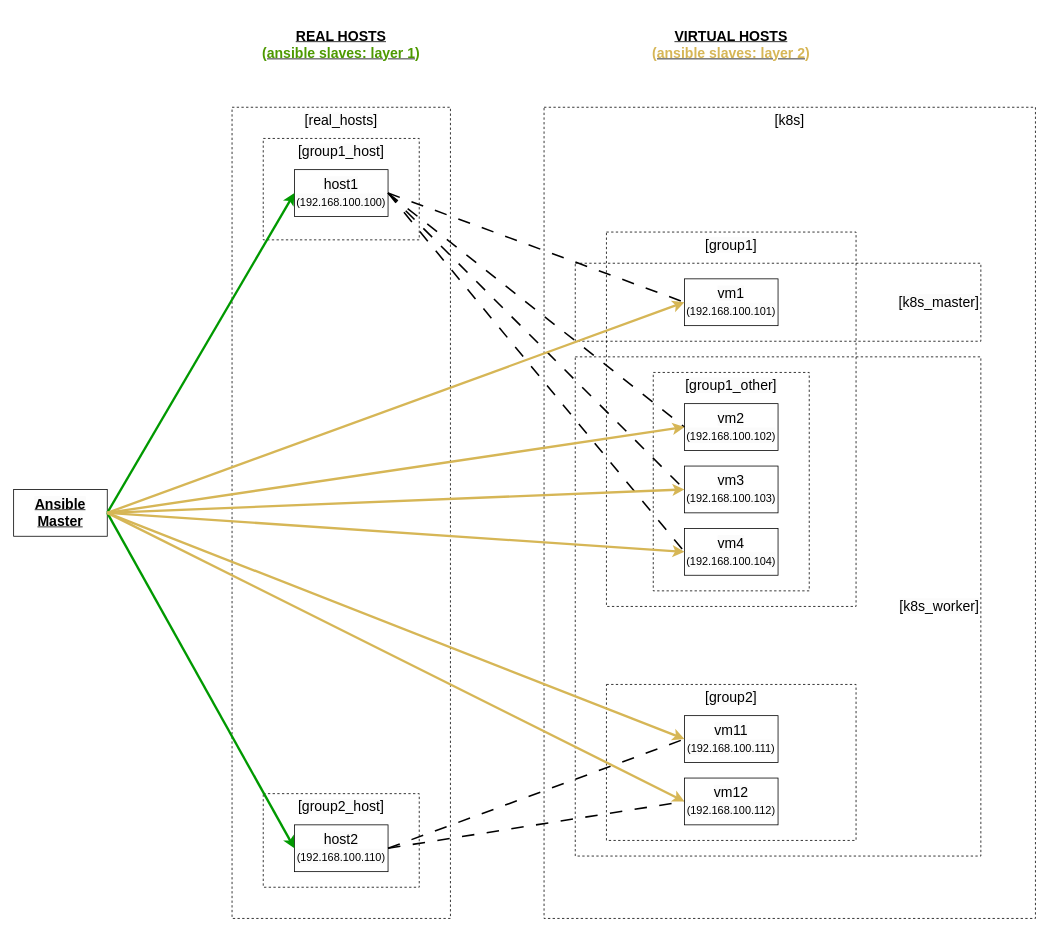
This is one-master-kubeadm/res/k8s_scheme.drawio from ivan-shihantsov/k8sss, a draw.io file, before an edit. Source tidied: cells renumbered, new cells numbered last; positions are measured from the earlier drawing's top-left corner, leaving out a move shared by most shapes. Both pictures are drawn from the tidied source at 78%, with x=0, y=0 at pixel (13, 13).
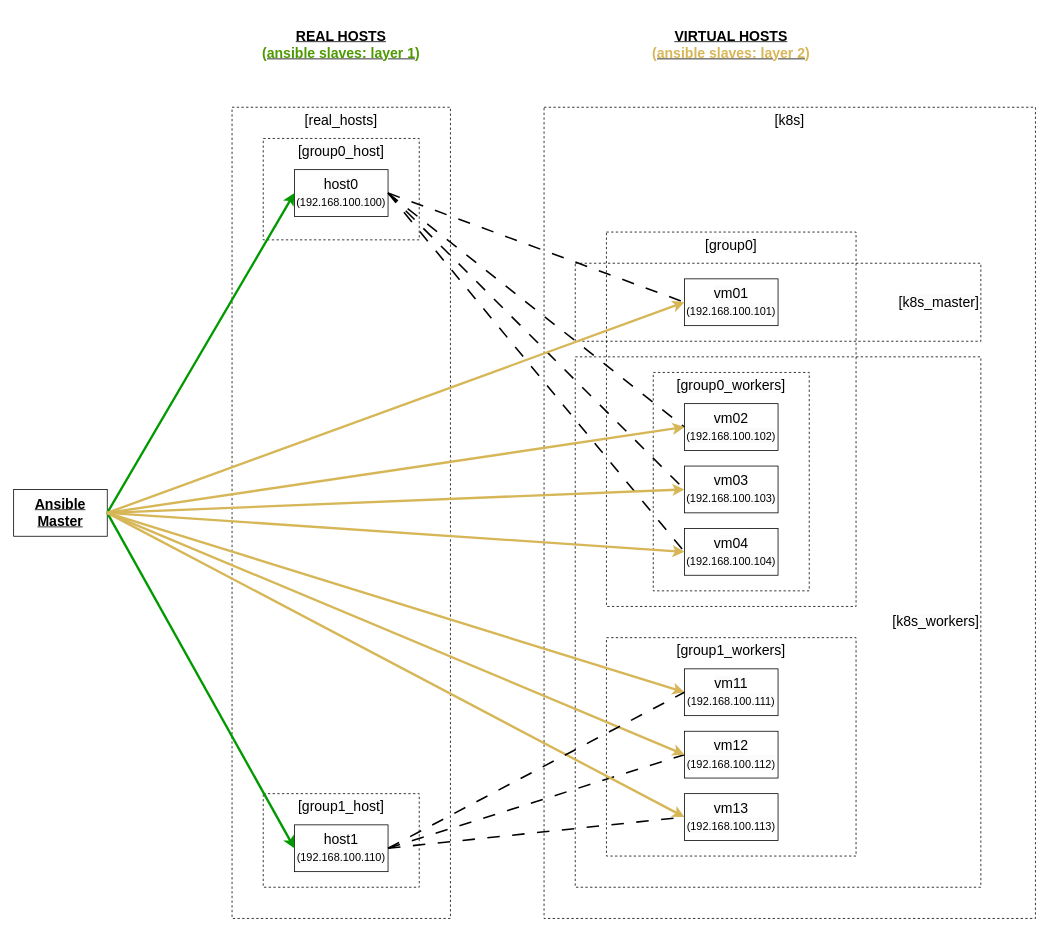
Above is the later version.

The edit, as a diff of the source:
```diff
@@
-    <mxCell id="3" value="&lt;span style=&quot;background-color: rgb(251, 251, 251);&quot;&gt;[k8s_worker]&lt;/span&gt;" style="rounded=0;whiteSpace=wrap;html=1;dashed=1;fillColor=none;verticalAlign=middle;align=right;fontSize=18;" parent="1" vertex="1">
-      <mxGeometry x="720" y="440" width="520" height="640" as="geometry" />
+    <mxCell id="3" value="&lt;span style=&quot;background-color: rgb(251, 251, 251);&quot;&gt;[k8s_workers]&lt;/span&gt;" style="rounded=0;whiteSpace=wrap;html=1;dashed=1;fillColor=none;verticalAlign=middle;align=right;fontSize=18;" parent="1" vertex="1">
+      <mxGeometry x="720" y="440" width="520" height="680" as="geometry" />
     </mxCell>
-    <mxCell id="4" value="&lt;span style=&quot;background-color: rgb(251, 251, 251);&quot;&gt;[group2]&lt;/span&gt;" style="rounded=0;whiteSpace=wrap;html=1;dashed=1;fillColor=none;verticalAlign=top;fontSize=18;" parent="1" vertex="1">
-      <mxGeometry x="760" y="860" width="320" height="200" as="geometry" />
+    <mxCell id="4" value="&lt;span style=&quot;background-color: rgb(251, 251, 251);&quot;&gt;[group1_workers]&lt;/span&gt;" style="rounded=0;whiteSpace=wrap;html=1;dashed=1;fillColor=none;verticalAlign=top;fontSize=18;" parent="1" vertex="1">
+      <mxGeometry x="760" y="800" width="320" height="280" as="geometry" />
     </mxCell>
-    <mxCell id="5" value="&lt;span style=&quot;background-color: rgb(251, 251, 251);&quot;&gt;[group1]&lt;/span&gt;" style="rounded=0;whiteSpace=wrap;html=1;dashed=1;fillColor=none;verticalAlign=top;fontSize=18;" parent="1" vertex="1">
+    <mxCell id="5" value="&lt;span style=&quot;background-color: rgb(251, 251, 251);&quot;&gt;[group0]&lt;/span&gt;" style="rounded=0;whiteSpace=wrap;html=1;dashed=1;fillColor=none;verticalAlign=top;fontSize=18;" parent="1" vertex="1">
       <mxGeometry x="760" y="280" width="320" height="480" as="geometry" />
     </mxCell>
-    <mxCell id="6" value="&lt;span style=&quot;background-color: rgb(251, 251, 251);&quot;&gt;[group1_other]&lt;/span&gt;" style="rounded=0;whiteSpace=wrap;html=1;dashed=1;fillColor=none;verticalAlign=top;fontSize=18;" parent="1" vertex="1">
+    <mxCell id="6" value="&lt;span style=&quot;background-color: rgb(251, 251, 251);&quot;&gt;[group0_workers]&lt;/span&gt;" style="rounded=0;whiteSpace=wrap;html=1;dashed=1;fillColor=none;verticalAlign=top;fontSize=18;" parent="1" vertex="1">
       <mxGeometry x="820" y="460" width="200" height="280" as="geometry" />
     </mxCell>
@@
-    <mxCell id="9" value="&lt;span style=&quot;background-color: rgb(251, 251, 251);&quot;&gt;[group2_host]&lt;/span&gt;" style="rounded=0;whiteSpace=wrap;html=1;dashed=1;fillColor=none;verticalAlign=top;fontSize=18;" parent="1" vertex="1">
+    <mxCell id="9" value="&lt;span style=&quot;background-color: rgb(251, 251, 251);&quot;&gt;[group1_host]&lt;/span&gt;" style="rounded=0;whiteSpace=wrap;html=1;dashed=1;fillColor=none;verticalAlign=top;fontSize=18;" parent="1" vertex="1">
       <mxGeometry x="320" y="1000" width="200" height="120" as="geometry" />
     </mxCell>
-    <mxCell id="10" value="&lt;span style=&quot;background-color: rgb(251, 251, 251);&quot;&gt;[group1_host]&lt;/span&gt;" style="rounded=0;whiteSpace=wrap;html=1;dashed=1;fillColor=none;verticalAlign=top;fontSize=18;" parent="1" vertex="1">
+    <mxCell id="10" value="&lt;span style=&quot;background-color: rgb(251, 251, 251);&quot;&gt;[group0_host]&lt;/span&gt;" style="rounded=0;whiteSpace=wrap;html=1;dashed=1;fillColor=none;verticalAlign=top;fontSize=18;" parent="1" vertex="1">
       <mxGeometry x="320" y="160" width="200" height="130" as="geometry" />
     </mxCell>
@@
-    <mxCell id="12" value="&lt;span style=&quot;background-color: rgb(251, 251, 251);&quot;&gt;host1&lt;/span&gt;&lt;div&gt;&lt;span style=&quot;background-color: rgb(251, 251, 251);&quot;&gt;&lt;font style=&quot;font-size: 14px;&quot;&gt;(192.168.100.100)&lt;/font&gt;&lt;/span&gt;&lt;/div&gt;" style="rounded=0;whiteSpace=wrap;html=1;fontSize=18;" parent="1" vertex="1">
+    <mxCell id="12" value="&lt;span style=&quot;background-color: rgb(251, 251, 251);&quot;&gt;host0&lt;/span&gt;&lt;div&gt;&lt;span style=&quot;background-color: rgb(251, 251, 251);&quot;&gt;&lt;font style=&quot;font-size: 14px;&quot;&gt;(192.168.100.100)&lt;/font&gt;&lt;/span&gt;&lt;/div&gt;" style="rounded=0;whiteSpace=wrap;html=1;fontSize=18;" parent="1" vertex="1">
       <mxGeometry x="360" y="200" width="120" height="60" as="geometry" />
     </mxCell>
-    <mxCell id="13" value="&lt;span style=&quot;background-color: rgb(251, 251, 251);&quot;&gt;host2&lt;/span&gt;&lt;div&gt;&lt;span style=&quot;background-color: rgb(251, 251, 251);&quot;&gt;&lt;font style=&quot;font-size: 14px;&quot;&gt;(192.168.100.110)&lt;/font&gt;&lt;/span&gt;&lt;/div&gt;" style="rounded=0;whiteSpace=wrap;html=1;fontSize=18;" parent="1" vertex="1">
+    <mxCell id="13" value="&lt;span style=&quot;background-color: rgb(251, 251, 251);&quot;&gt;host1&lt;/span&gt;&lt;div&gt;&lt;span style=&quot;background-color: rgb(251, 251, 251);&quot;&gt;&lt;font style=&quot;font-size: 14px;&quot;&gt;(192.168.100.110)&lt;/font&gt;&lt;/span&gt;&lt;/div&gt;" style="rounded=0;whiteSpace=wrap;html=1;fontSize=18;" parent="1" vertex="1">
       <mxGeometry x="360" y="1040" width="120" height="60" as="geometry" />
     </mxCell>
@@
-    <mxCell id="16" value="&lt;span style=&quot;background-color: rgb(251, 251, 251);&quot;&gt;vm1&lt;/span&gt;&lt;div&gt;&lt;span style=&quot;background-color: rgb(251, 251, 251);&quot;&gt;&lt;font style=&quot;font-size: 14px;&quot;&gt;(192.168.100.101)&lt;/font&gt;&lt;/span&gt;&lt;/div&gt;" style="rounded=0;whiteSpace=wrap;html=1;fontSize=18;" parent="1" vertex="1">
+    <mxCell id="16" value="&lt;span style=&quot;background-color: rgb(251, 251, 251);&quot;&gt;vm01&lt;/span&gt;&lt;div&gt;&lt;span style=&quot;background-color: rgb(251, 251, 251);&quot;&gt;&lt;font style=&quot;font-size: 14px;&quot;&gt;(192.168.100.101)&lt;/font&gt;&lt;/span&gt;&lt;/div&gt;" style="rounded=0;whiteSpace=wrap;html=1;fontSize=18;" parent="1" vertex="1">
       <mxGeometry x="860" y="340" width="120" height="60" as="geometry" />
     </mxCell>
-    <mxCell id="17" value="&lt;span style=&quot;background-color: rgb(251, 251, 251);&quot;&gt;vm2&lt;/span&gt;&lt;div&gt;&lt;span style=&quot;background-color: rgb(251, 251, 251);&quot;&gt;&lt;font style=&quot;font-size: 14px;&quot;&gt;(192.168.100.102)&lt;/font&gt;&lt;/span&gt;&lt;/div&gt;" style="rounded=0;whiteSpace=wrap;html=1;fontSize=18;" parent="1" vertex="1">
+    <mxCell id="17" value="&lt;span style=&quot;background-color: rgb(251, 251, 251);&quot;&gt;vm02&lt;/span&gt;&lt;div&gt;&lt;span style=&quot;background-color: rgb(251, 251, 251);&quot;&gt;&lt;font style=&quot;font-size: 14px;&quot;&gt;(192.168.100.102)&lt;/font&gt;&lt;/span&gt;&lt;/div&gt;" style="rounded=0;whiteSpace=wrap;html=1;fontSize=18;" parent="1" vertex="1">
       <mxGeometry x="860" y="500" width="120" height="60" as="geometry" />
     </mxCell>
-    <mxCell id="18" value="&lt;span style=&quot;background-color: rgb(251, 251, 251);&quot;&gt;vm3&lt;/span&gt;&lt;div&gt;&lt;span style=&quot;background-color: rgb(251, 251, 251);&quot;&gt;&lt;font style=&quot;font-size: 14px;&quot;&gt;(192.168.100.103)&lt;/font&gt;&lt;/span&gt;&lt;/div&gt;" style="rounded=0;whiteSpace=wrap;html=1;fontSize=18;" parent="1" vertex="1">
+    <mxCell id="18" value="&lt;span style=&quot;background-color: rgb(251, 251, 251);&quot;&gt;vm03&lt;/span&gt;&lt;div&gt;&lt;span style=&quot;background-color: rgb(251, 251, 251);&quot;&gt;&lt;font style=&quot;font-size: 14px;&quot;&gt;(192.168.100.103)&lt;/font&gt;&lt;/span&gt;&lt;/div&gt;" style="rounded=0;whiteSpace=wrap;html=1;fontSize=18;" parent="1" vertex="1">
       <mxGeometry x="860" y="580" width="120" height="60" as="geometry" />
     </mxCell>
-    <mxCell id="19" value="&lt;span style=&quot;background-color: rgb(251, 251, 251);&quot;&gt;vm4&lt;/span&gt;&lt;div&gt;&lt;span style=&quot;background-color: rgb(251, 251, 251);&quot;&gt;&lt;font style=&quot;font-size: 14px;&quot;&gt;(192.168.100.104)&lt;/font&gt;&lt;/span&gt;&lt;/div&gt;" style="rounded=0;whiteSpace=wrap;html=1;fontSize=18;" parent="1" vertex="1">
+    <mxCell id="19" value="&lt;span style=&quot;background-color: rgb(251, 251, 251);&quot;&gt;vm04&lt;/span&gt;&lt;div&gt;&lt;span style=&quot;background-color: rgb(251, 251, 251);&quot;&gt;&lt;font style=&quot;font-size: 14px;&quot;&gt;(192.168.100.104)&lt;/font&gt;&lt;/span&gt;&lt;/div&gt;" style="rounded=0;whiteSpace=wrap;html=1;fontSize=18;" parent="1" vertex="1">
       <mxGeometry x="860" y="660" width="120" height="60" as="geometry" />
     </mxCell>
-    <mxCell id="20" value="&lt;span style=&quot;background-color: rgb(251, 251, 251);&quot;&gt;vm11&lt;/span&gt;&lt;div&gt;&lt;span style=&quot;background-color: rgb(251, 251, 251);&quot;&gt;&lt;font style=&quot;font-size: 14px;&quot;&gt;(192.168.100.111)&lt;/font&gt;&lt;/span&gt;&lt;/div&gt;" style="rounded=0;whiteSpace=wrap;html=1;fontSize=18;" parent="1" vertex="1">
-      <mxGeometry x="860" y="900" width="120" height="60" as="geometry" />
+    <mxCell id="20" value="&lt;span style=&quot;background-color: rgb(251, 251, 251);&quot;&gt;vm12&lt;/span&gt;&lt;div&gt;&lt;span style=&quot;background-color: rgb(251, 251, 251);&quot;&gt;&lt;font style=&quot;font-size: 14px;&quot;&gt;(192.168.100.112)&lt;/font&gt;&lt;/span&gt;&lt;/div&gt;" style="rounded=0;whiteSpace=wrap;html=1;fontSize=18;" parent="1" vertex="1">
+      <mxGeometry x="860" y="920" width="120" height="60" as="geometry" />
     </mxCell>
-    <mxCell id="21" value="&lt;span style=&quot;background-color: rgb(251, 251, 251);&quot;&gt;vm12&lt;/span&gt;&lt;div&gt;&lt;span style=&quot;background-color: rgb(251, 251, 251);&quot;&gt;&lt;font style=&quot;font-size: 14px;&quot;&gt;(192.168.100.112)&lt;/font&gt;&lt;/span&gt;&lt;/div&gt;" style="rounded=0;whiteSpace=wrap;html=1;fontSize=18;" parent="1" vertex="1">
-      <mxGeometry x="860" y="980" width="120" height="60" as="geometry" />
+    <mxCell id="21" value="&lt;span style=&quot;background-color: rgb(251, 251, 251);&quot;&gt;vm13&lt;/span&gt;&lt;div&gt;&lt;span style=&quot;background-color: rgb(251, 251, 251);&quot;&gt;&lt;font style=&quot;font-size: 14px;&quot;&gt;(192.168.100.113)&lt;/font&gt;&lt;/span&gt;&lt;/div&gt;" style="rounded=0;whiteSpace=wrap;html=1;fontSize=18;" parent="1" vertex="1">
+      <mxGeometry x="860" y="1000" width="120" height="60" as="geometry" />
     </mxCell>
@@
+    <mxCell id="36" value="&lt;span style=&quot;background-color: rgb(251, 251, 251);&quot;&gt;vm11&lt;/span&gt;&lt;div&gt;&lt;span style=&quot;background-color: rgb(251, 251, 251);&quot;&gt;&lt;font style=&quot;font-size: 14px;&quot;&gt;(192.168.100.111)&lt;/font&gt;&lt;/span&gt;&lt;/div&gt;" style="rounded=0;whiteSpace=wrap;html=1;fontSize=18;" parent="1" vertex="1">
+      <mxGeometry x="860" y="840" width="120" height="60" as="geometry" />
+    </mxCell>
+    <mxCell id="37" style="endArrow=classic;html=1;rounded=0;entryX=0;entryY=0.5;entryDx=0;entryDy=0;fillColor=#fff2cc;strokeColor=#d6b656;gradientColor=#ffd966;strokeWidth=3;" parent="1" edge="1" target="36">
+      <mxGeometry relative="1" as="geometry">
+        <mxPoint x="120" y="640" as="sourcePoint" />
+      </mxGeometry>
+    </mxCell>
+    <mxCell id="38" style="endArrow=none;dashed=1;html=1;strokeWidth=2;rounded=0;entryX=0;entryY=0.5;entryDx=0;entryDy=0;dashPattern=8 8;" parent="1" edge="1" target="36">
+      <mxGeometry relative="1" as="geometry">
+        <mxPoint x="480" y="1070" as="sourcePoint" />
+      </mxGeometry>
+    </mxCell>
```
